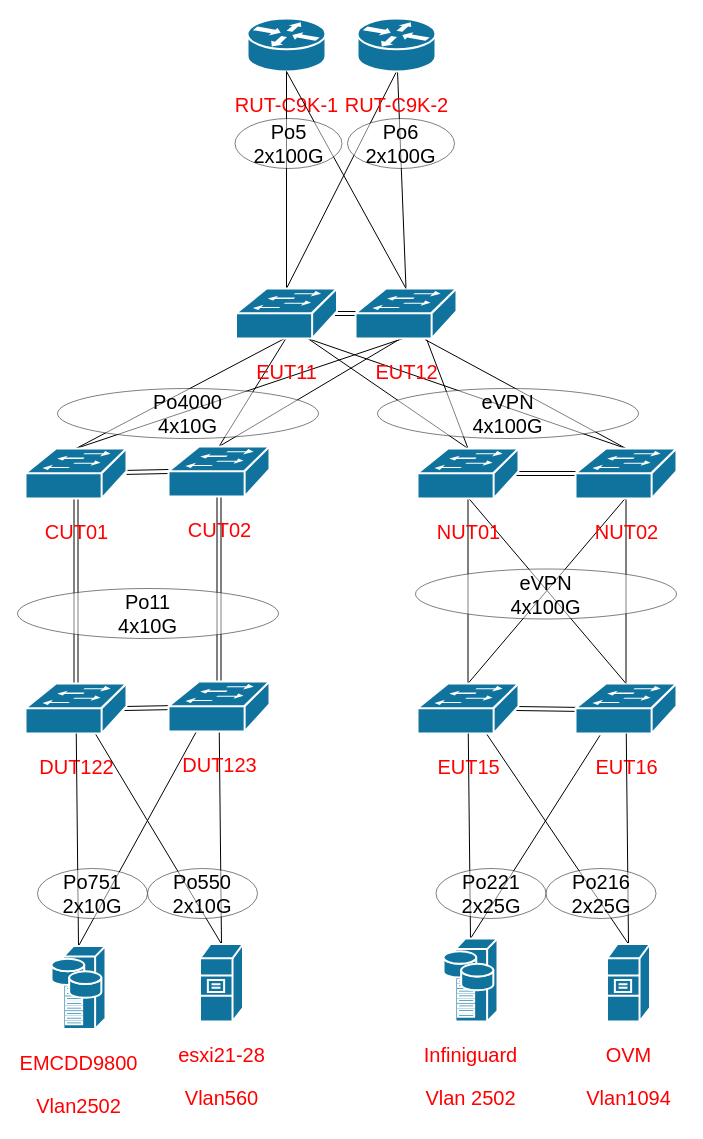
The draw.io diagram Untitled Diagram.drawio in Kublach/OpenWRT, before the edit. Source tidied: cells renumbered, new cells numbered last; positions are measured from the earlier drawing's top-left corner, leaving out a move shared by most shapes. Both pictures are drawn from the tidied source at 100%, with x=0, y=0 at pixel (17, 18).
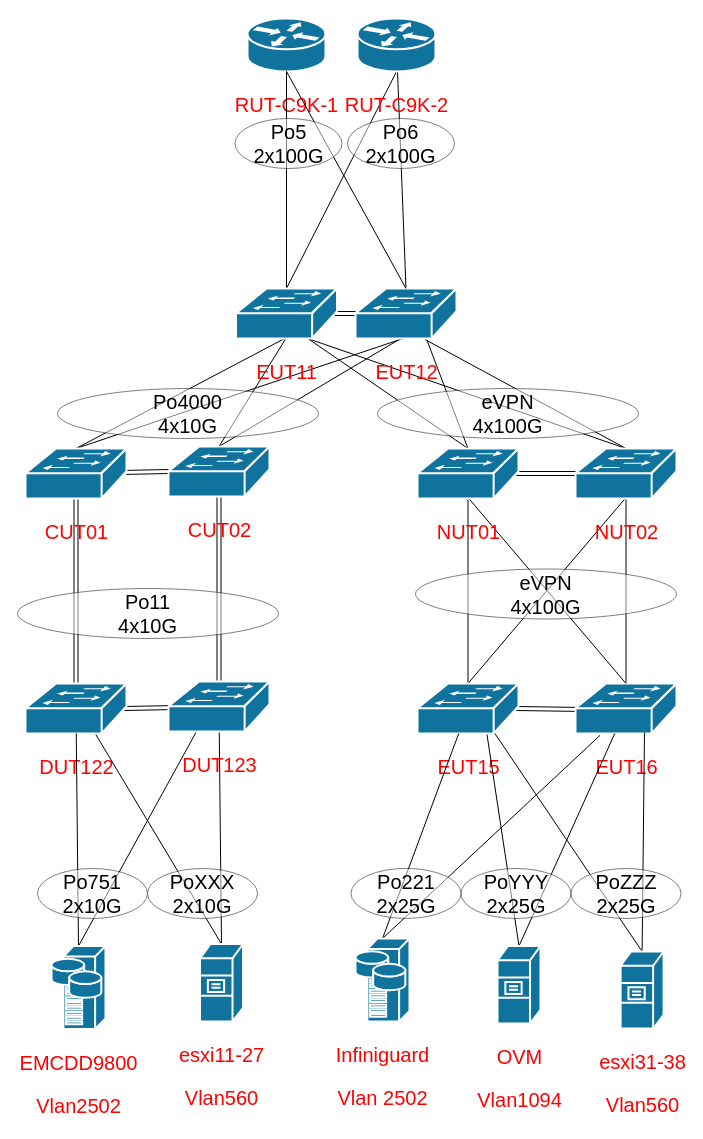
After the change.

The change refers to these unchanged cells:
```xml
<mxCell id="17" value="&lt;font style=&quot;font-size: 20px;&quot;&gt;EUT15&lt;/font&gt;" style="shape=mxgraph.cisco.switches.workgroup_switch;html=1;dashed=0;fillColor=#10739E;strokeColor=#ffffff;strokeWidth=2;verticalLabelPosition=bottom;verticalAlign=top;fontFamily=Helvetica;fontSize=36;fontColor=#FF0000;" parent="1" vertex="1">
  <mxGeometry x="400" y="665" width="101" height="50" as="geometry" />
</mxCell>
<mxCell id="19" value="&lt;span style=&quot;font-size: 20px;&quot;&gt;EUT16&lt;/span&gt;" style="shape=mxgraph.cisco.switches.workgroup_switch;html=1;dashed=0;fillColor=#10739E;strokeColor=#ffffff;strokeWidth=2;verticalLabelPosition=bottom;verticalAlign=top;fontFamily=Helvetica;fontSize=36;fontColor=#FF0000;" parent="1" vertex="1">
  <mxGeometry x="558" y="665" width="101" height="50" as="geometry" />
</mxCell>
```

The edit, as a diff of the source:
```diff
@@
-    <mxCell id="8" value="&lt;font style=&quot;font-size: 20px;&quot;&gt;esxi21-28&lt;br&gt;Vlan560&lt;br&gt;&lt;/font&gt;" style="shape=mxgraph.cisco.servers.file_server;html=1;dashed=0;fillColor=#10739E;strokeColor=#ffffff;strokeWidth=2;verticalLabelPosition=bottom;verticalAlign=top;fontFamily=Helvetica;fontSize=36;fontColor=#FF0000;" parent="1" vertex="1">
+    <mxCell id="8" value="&lt;font style=&quot;font-size: 20px;&quot;&gt;esxi11-27&lt;br&gt;Vlan560&lt;br&gt;&lt;/font&gt;" style="shape=mxgraph.cisco.servers.file_server;html=1;dashed=0;fillColor=#10739E;strokeColor=#ffffff;strokeWidth=2;verticalLabelPosition=bottom;verticalAlign=top;fontFamily=Helvetica;fontSize=36;fontColor=#FF0000;" parent="1" vertex="1">
       <mxGeometry x="182.5" y="925.5" width="43" height="77.5" as="geometry" />
     </mxCell>
@@
     <mxCell id="22" value="&lt;font style=&quot;font-size: 20px;&quot;&gt;Infiniguard&lt;br&gt;Vlan 2502&lt;br&gt;&lt;/font&gt;" style="shape=mxgraph.cisco.servers.storage_server;html=1;dashed=0;fillColor=#10739E;strokeColor=#ffffff;strokeWidth=2;verticalLabelPosition=bottom;verticalAlign=top;fontFamily=Helvetica;fontSize=36;fontColor=#FF0000;" parent="1" vertex="1">
-      <mxGeometry x="426" y="920" width="54" height="83" as="geometry" />
+      <mxGeometry x="338" y="920" width="54" height="83" as="geometry" />
     </mxCell>
@@
     <mxCell id="25" value="&lt;span style=&quot;font-size: 20px;&quot;&gt;OVM&lt;br&gt;Vlan1094&lt;br&gt;&lt;/span&gt;" style="shape=mxgraph.cisco.servers.file_server;html=1;dashed=0;fillColor=#10739E;strokeColor=#ffffff;strokeWidth=2;verticalLabelPosition=bottom;verticalAlign=top;fontFamily=Helvetica;fontSize=36;fontColor=#FF0000;" parent="1" vertex="1">
-      <mxGeometry x="589.5" y="925.5" width="43" height="77.5" as="geometry" />
+      <mxGeometry x="480" y="927.5" width="43" height="77.5" as="geometry" />
     </mxCell>
@@
-    <mxCell id="50" value="Po550&lt;br&gt;2x10G" style="ellipse;whiteSpace=wrap;html=1;fontSize=20;opacity=50;fontColor=#000000;" parent="1" vertex="1">
+    <mxCell id="50" value="PoXXX&lt;br&gt;2x10G" style="ellipse;whiteSpace=wrap;html=1;fontSize=20;opacity=50;fontColor=#000000;" parent="1" vertex="1">
       <mxGeometry x="130" y="850" width="110" height="50" as="geometry" />
     </mxCell>
@@
     <mxCell id="57" value="Po221&lt;br&gt;2x25G" style="ellipse;whiteSpace=wrap;html=1;fontSize=20;opacity=50;fontColor=#000000;" parent="1" vertex="1">
-      <mxGeometry x="418.5" y="850" width="110" height="50" as="geometry" />
+      <mxGeometry x="333.5" y="849.9" width="110" height="50" as="geometry" />
     </mxCell>
-    <mxCell id="58" value="Po216&lt;br style=&quot;border-color: var(--border-color);&quot;&gt;2x25G" style="ellipse;whiteSpace=wrap;html=1;fontSize=20;opacity=50;fontColor=#000000;" parent="1" vertex="1">
-      <mxGeometry x="528.5" y="850" width="110" height="50" as="geometry" />
+    <mxCell id="58" value="PoYYY&lt;br style=&quot;border-color: var(--border-color);&quot;&gt;2x25G" style="ellipse;whiteSpace=wrap;html=1;fontSize=20;opacity=50;fontColor=#000000;" parent="1" vertex="1">
+      <mxGeometry x="443.5" y="850" width="110" height="50" as="geometry" />
     </mxCell>
+    <mxCell id="59" style="rounded=0;jettySize=auto;html=1;entryX=0.766;entryY=1;entryDx=0;entryDy=0;entryPerimeter=0;endArrow=none;endFill=0;startArrow=none;exitX=0.5;exitY=0;exitDx=0;exitDy=0;exitPerimeter=0;" parent="1" edge="1" source="61" target="17">
+      <mxGeometry relative="1" as="geometry" />
+    </mxCell>
+    <mxCell id="60" style="edgeStyle=none;rounded=0;jettySize=auto;html=1;exitX=0.5;exitY=0;exitDx=0;exitDy=0;exitPerimeter=0;endArrow=none;endFill=0;entryX=0.683;entryY=0.98;entryDx=0;entryDy=0;entryPerimeter=0;" parent="1" edge="1" source="61" target="19">
+      <mxGeometry relative="1" as="geometry" />
+    </mxCell>
+    <mxCell id="61" value="&lt;font style=&quot;font-size: 20px;&quot;&gt;esxi31-38&lt;br&gt;Vlan560&lt;br&gt;&lt;/font&gt;" style="shape=mxgraph.cisco.servers.file_server;html=1;dashed=0;fillColor=#10739E;strokeColor=#ffffff;strokeWidth=2;verticalLabelPosition=bottom;verticalAlign=top;fontFamily=Helvetica;fontSize=36;fontColor=#FF0000;" parent="1" vertex="1">
+      <mxGeometry x="603.1" y="933" width="43" height="77" as="geometry" />
+    </mxCell>
+    <mxCell id="62" value="PoZZZ&lt;br style=&quot;border-color: var(--border-color);&quot;&gt;2x25G" style="ellipse;whiteSpace=wrap;html=1;fontSize=20;opacity=50;fontColor=#000000;" parent="1" vertex="1">
+      <mxGeometry x="553.5" y="850" width="110" height="50" as="geometry" />
+    </mxCell>
```
